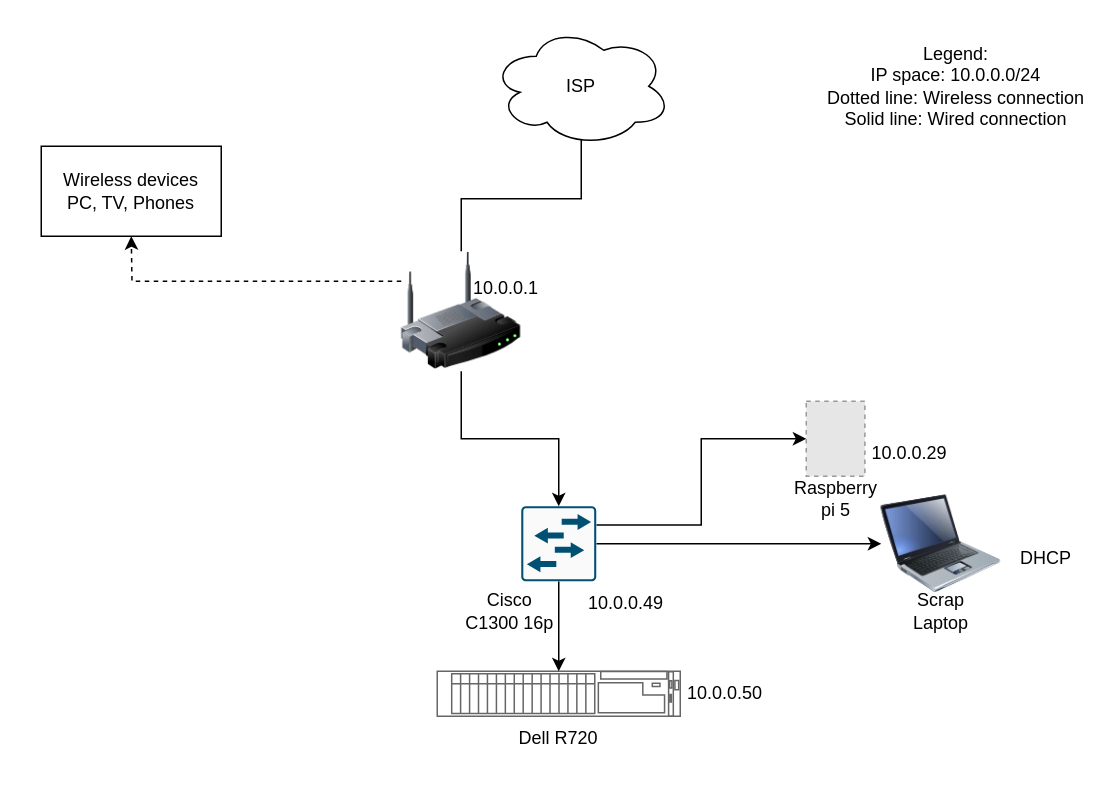
The draw.io diagram current/physicalTopologies/Physical Topology.drawio in Aaron4554/homelab, before the edit. Source tidied: cells renumbered, new cells numbered last; positions are measured from the earlier drawing's top-left corner, leaving out a move shared by most shapes. Both pictures are drawn from the tidied source at 150%, with x=0, y=0 at pixel (40, 26). Pictures stored in the file or linked from it are replaced by grey dashed boxes.
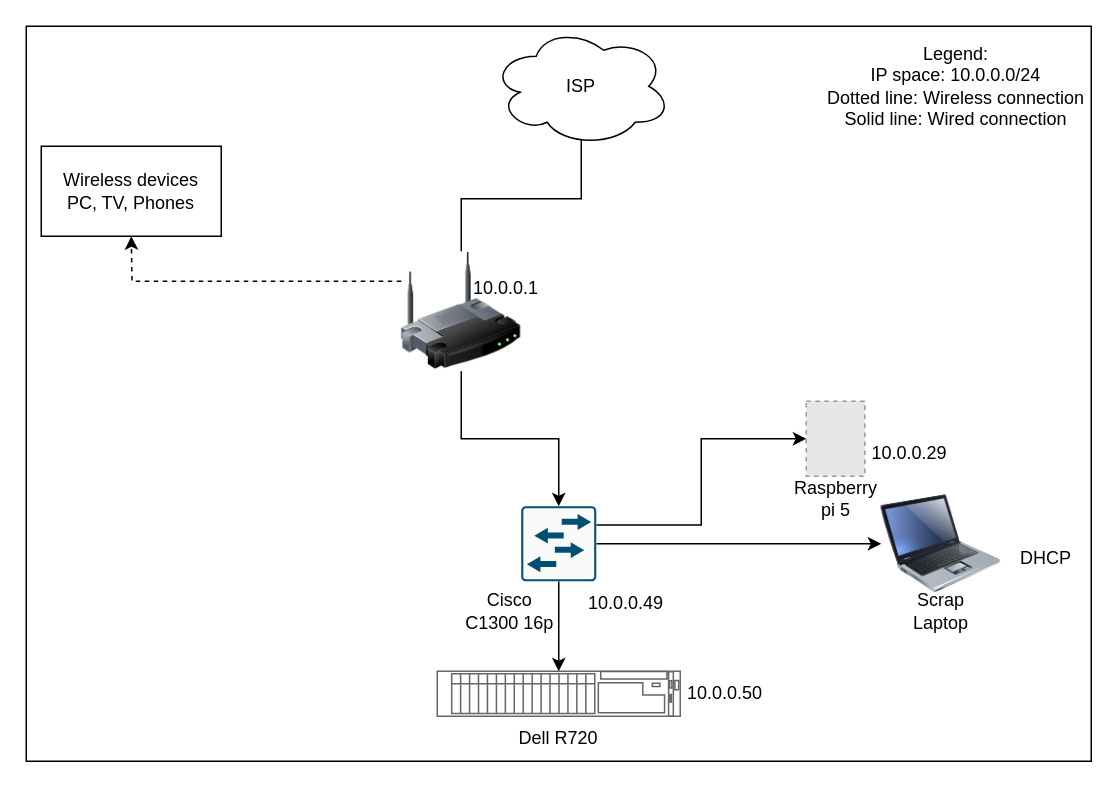
After the change.

The edit, as a diff of the source:
```diff
@@
+    <mxCell id="25" style="rounded=0;whiteSpace=wrap;html=1;" parent="1" vertex="1">
+      <mxGeometry x="-10" width="710" height="490" as="geometry" />
+    </mxCell>
```
